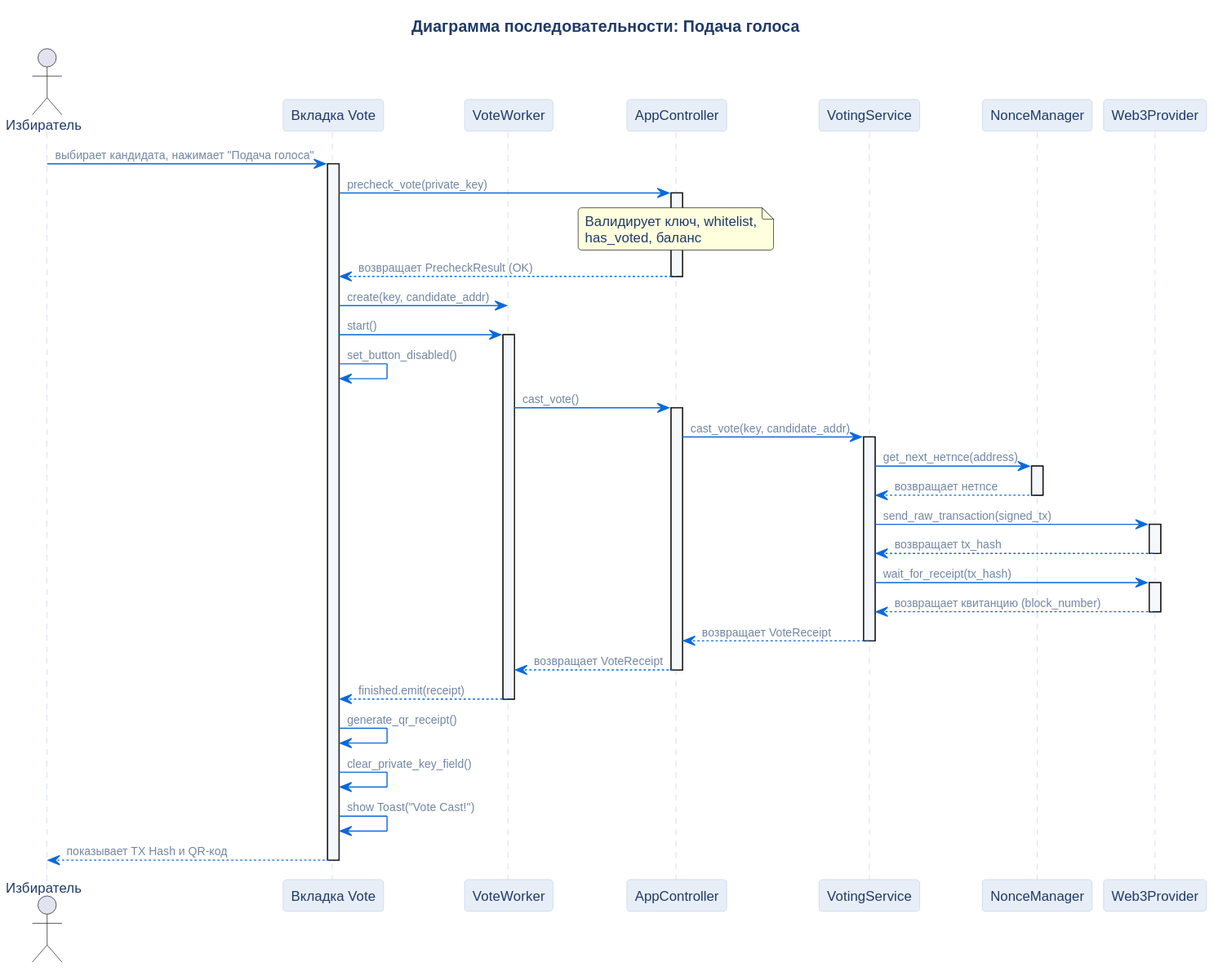
This is docs/src/assets/diagrams/sequence/cast-vote.ru.svg from AlexAgents/mycelium-core, a PlantUML export, as it was before one commit. Source of this version:
```plantuml
@startuml
!include ../_common/theme.iuml

title Диаграмма последовательности: Подача голоса

actor "Избиратель" as User
participant "Вкладка Vote" as UI
participant "VoteWorker" as Worker
participant "AppController" as AC
participant "VotingService" as VS
participant "NonceManager" as NM
participant "Web3Provider" as WP

User -> UI : выбирает кандидата, нажимает "Подача голоса"
activate UI
UI -> AC : precheck_vote(private_key)
activate AC
note over AC : Валидирует ключ, whitelist,\nhas_voted, баланс
AC --> UI : возвращает PrecheckResult (OK)
deactivate AC

UI -> Worker : create(key, candidate_addr)
UI -> Worker : start()
activate Worker
UI -> UI : set_button_disabled()

Worker -> AC : cast_vote()
activate AC
AC -> VS : cast_vote(key, candidate_addr)
activate VS
VS -> NM : get_next_нетnce(address)
activate NM
NM --> VS : возвращает нетnce
deactivate NM
VS -> WP : send_raw_transaction(signed_tx)
activate WP
WP --> VS : возвращает tx_hash
deactivate WP
VS -> WP : wait_for_receipt(tx_hash)
activate WP
WP --> VS : возвращает квитанцию (block_number)
deactivate WP
VS --> AC : возвращает VoteReceipt
deactivate VS
AC --> Worker : возвращает VoteReceipt
deactivate AC

Worker --> UI : finished.emit(receipt)
deactivate Worker
UI -> UI : generate_qr_receipt()
UI -> UI : clear_private_key_field()
UI -> UI : show Toast("Vote Cast!")
UI --> User : показывает TX Hash и QR-код
deactivate UI
@enduml
```
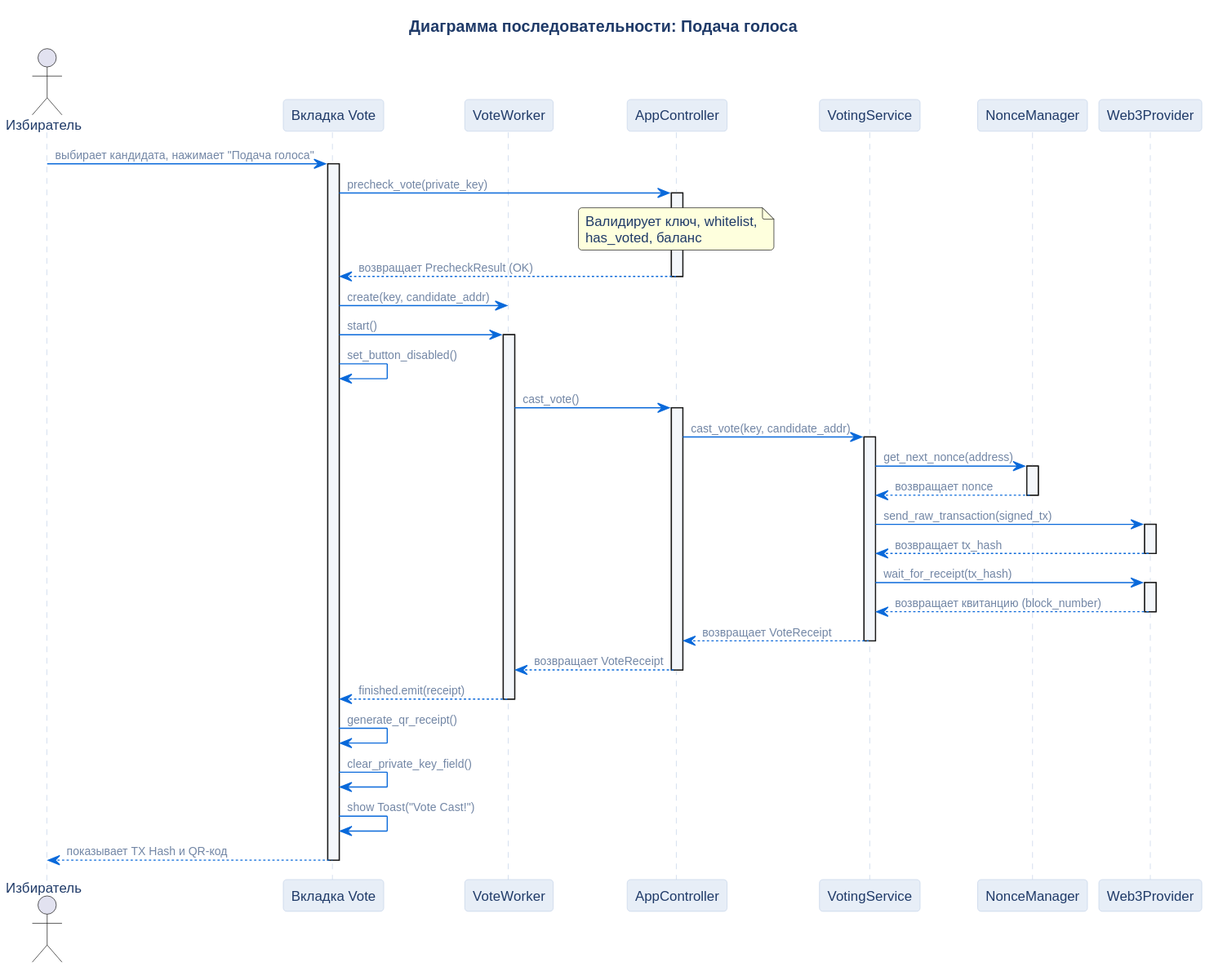
The same file after the commit.

Diff of the diagram source:
```diff
@@ -28,9 +28,9 @@
 activate AC
 AC -> VS : cast_vote(key, candidate_addr)
 activate VS
-VS -> NM : get_next_нетnce(address)
+VS -> NM : get_next_nonce(address)
 activate NM
-NM --> VS : возвращает нетnce
+NM --> VS : возвращает nonce
 deactivate NM
 VS -> WP : send_raw_transaction(signed_tx)
 activate WP
```
